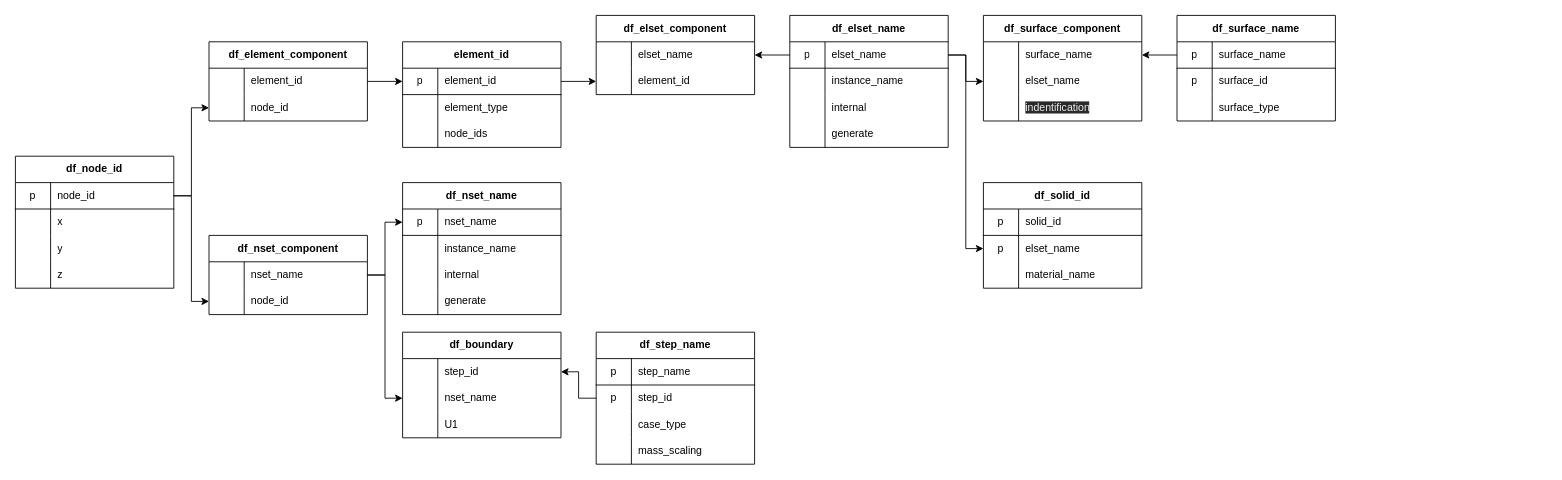
Earlier version of the draw.io diagram page "Abaqus" (1 of 2) of abq2dyna.drawio (Ryoooful/abq2dyna). Source tidied: cells renumbered, new cells numbered last; positions are measured from the earlier drawing's top-left corner, leaving out a move shared by most shapes. Both pictures are drawn from the tidied source at 88%, with x=0, y=0 at pixel (15, 15).
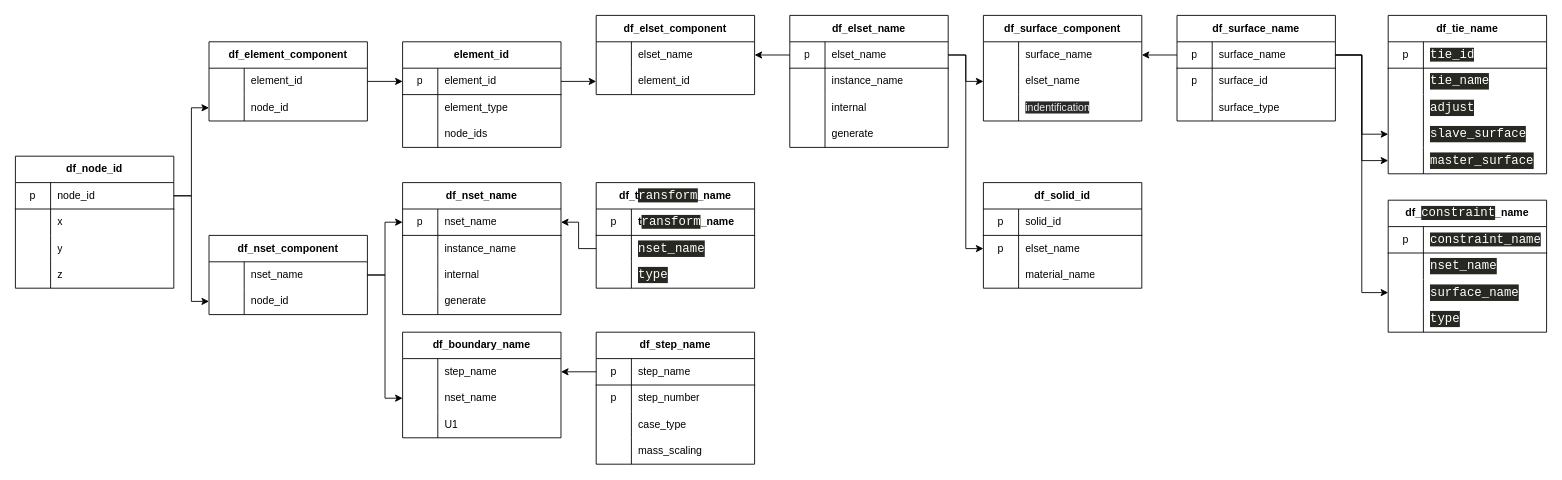
After the change.

The change refers to these unchanged cells:
```xml
<mxCell id="50" style="shape=partialRectangle;html=1;whiteSpace=wrap;fillColor=none;top=0;left=0;bottom=1;right=0;points=[[0,0.5],[1,0.5]];portConstraint=eastwest;" parent="49" vertex="1">
  <mxGeometry y="30" width="180" height="30" as="geometry" />
</mxCell>
<mxCell id="63" style="shape=partialRectangle;html=1;whiteSpace=wrap;fillColor=none;top=0;left=0;bottom=0;right=0;points=[[0,0.5],[1,0.5]];portConstraint=eastwest;" parent="62" vertex="1">
  <mxGeometry y="30" width="180" height="30" as="geometry" />
</mxCell>
<mxCell id="113" style="shape=partialRectangle;html=1;whiteSpace=wrap;fillColor=none;top=0;left=0;bottom=1;right=0;points=[[0,0.5],[1,0.5]];portConstraint=eastwest;" parent="112" vertex="1">
  <mxGeometry y="30" width="180" height="30" as="geometry" />
</mxCell>
<mxCell id="124" style="shape=partialRectangle;html=1;whiteSpace=wrap;fillColor=none;top=0;left=0;bottom=1;right=0;points=[[0,0.5],[1,0.5]];portConstraint=eastwest;" parent="123" vertex="1">
  <mxGeometry y="30" width="180" height="30" as="geometry" />
</mxCell>
<mxCell id="127" style="shape=partialRectangle;html=1;whiteSpace=wrap;fillColor=none;top=0;left=0;bottom=0;right=0;points=[[0,0.5],[1,0.5]];portConstraint=eastwest;" parent="123" vertex="1">
  <mxGeometry y="60" width="180" height="30" as="geometry" />
</mxCell>
```

Diff of the diagram source:
```diff
@@
-    <mxCell id="62" value="df_boundary" style="shape=table;html=1;whiteSpace=wrap;startSize=30;childLayout=tableLayout;rowLines=0;fontStyle=1;align=center;" parent="1" vertex="1">
+    <mxCell id="62" value="df_boundary_name" style="shape=table;html=1;whiteSpace=wrap;startSize=30;childLayout=tableLayout;rowLines=0;fontStyle=1;align=center;" parent="1" vertex="1">
       <mxGeometry x="440" y="360" width="180" height="120" as="geometry" />
     </mxCell>
@@
-    <mxCell id="65" value="step_id" style="shape=partialRectangle;html=1;whiteSpace=wrap;fillColor=none;top=0;left=0;bottom=0;right=0;align=left;spacingLeft=6;overflow=hidden;" parent="63" vertex="1">
+    <mxCell id="65" value="step_name" style="shape=partialRectangle;html=1;whiteSpace=wrap;fillColor=none;top=0;left=0;bottom=0;right=0;align=left;spacingLeft=6;overflow=hidden;" parent="63" vertex="1">
       <mxGeometry x="40" width="140" height="30" as="geometry" />
     </mxCell>
@@
-    <mxCell id="122" style="edgeStyle=orthogonalEdgeStyle;rounded=0;jettySize=auto;html=1;exitX=0;exitY=0.5;exitDx=0;exitDy=0;entryX=1;entryY=0.5;entryDx=0;entryDy=0;" parent="1" edge="1" source="127" target="63">
-      <mxGeometry relative="1" as="geometry" />
-    </mxCell>
@@
-    <mxCell id="129" value="step_id" style="shape=partialRectangle;html=1;whiteSpace=wrap;fillColor=none;top=0;left=0;bottom=0;right=0;align=left;spacingLeft=6;overflow=hidden;" parent="127" vertex="1">
+    <mxCell id="129" value="step_number" style="shape=partialRectangle;html=1;whiteSpace=wrap;fillColor=none;top=0;left=0;bottom=0;right=0;align=left;spacingLeft=6;overflow=hidden;" parent="127" vertex="1">
       <mxGeometry x="40" width="140" height="30" as="geometry" />
     </mxCell>
@@
+    <mxCell id="122" style="edgeStyle=orthogonalEdgeStyle;rounded=0;jettySize=auto;html=1;exitX=0;exitY=0.5;exitDx=0;exitDy=0;" parent="1" edge="1" source="124" target="63">
+      <mxGeometry relative="1" as="geometry" />
+    </mxCell>
+    <mxCell id="136" value="df_tie_name" style="shape=table;html=1;whiteSpace=wrap;startSize=30;childLayout=tableLayout;rowLines=0;fontStyle=1;align=center;" parent="1" vertex="1">
+      <mxGeometry x="1560" width="180" height="180" as="geometry" />
+    </mxCell>
+    <mxCell id="137" style="shape=partialRectangle;html=1;whiteSpace=wrap;fillColor=none;top=0;left=0;bottom=1;right=0;" parent="136" vertex="1">
+      <mxGeometry y="30" width="180" height="30" as="geometry" />
+    </mxCell>
+    <mxCell id="138" value="p" style="shape=partialRectangle;html=1;whiteSpace=wrap;fillColor=none;top=0;left=0;bottom=0;right=0;overflow=hidden;" parent="137" vertex="1">
+      <mxGeometry width="40" height="30" as="geometry" />
+    </mxCell>
+    <mxCell id="139" value="&lt;span style=&quot;font-family: &amp;#34;consolas&amp;#34; , &amp;#34;courier new&amp;#34; , monospace ; font-size: 14px ; background-color: rgb(39 , 40 , 34)&quot;&gt;&lt;font color=&quot;#ffffff&quot;&gt;tie_id&lt;/font&gt;&lt;/span&gt;" style="shape=partialRectangle;html=1;whiteSpace=wrap;fillColor=none;top=0;left=0;bottom=0;right=0;align=left;spacingLeft=6;overflow=hidden;" parent="137" vertex="1">
+      <mxGeometry x="40" width="140" height="30" as="geometry" />
+    </mxCell>
+    <mxCell id="140" style="shape=partialRectangle;html=1;whiteSpace=wrap;fillColor=none;top=0;left=0;bottom=0;right=0;" parent="136" vertex="1">
+      <mxGeometry y="60" width="180" height="30" as="geometry" />
+    </mxCell>
+    <mxCell id="141" style="shape=partialRectangle;html=1;whiteSpace=wrap;fillColor=none;top=0;left=0;bottom=0;right=0;overflow=hidden;" parent="140" vertex="1">
+      <mxGeometry width="40" height="30" as="geometry" />
+    </mxCell>
+    <mxCell id="142" value="&lt;div style=&quot;background-color: rgb(39 , 40 , 34) ; font-family: &amp;#34;consolas&amp;#34; , &amp;#34;courier new&amp;#34; , monospace ; font-size: 14px ; line-height: 19px&quot;&gt;&lt;font color=&quot;#ffffff&quot;&gt;tie_name&lt;/font&gt;&lt;/div&gt;" style="shape=partialRectangle;html=1;whiteSpace=wrap;fillColor=none;top=0;left=0;bottom=0;right=0;align=left;spacingLeft=6;overflow=hidden;" parent="140" vertex="1">
+      <mxGeometry x="40" width="140" height="30" as="geometry" />
+    </mxCell>
+    <mxCell id="143" style="shape=partialRectangle;html=1;whiteSpace=wrap;fillColor=none;top=0;left=0;bottom=0;right=0;" parent="136" vertex="1">
+      <mxGeometry y="90" width="180" height="30" as="geometry" />
+    </mxCell>
+    <mxCell id="144" style="shape=partialRectangle;html=1;whiteSpace=wrap;fillColor=none;top=0;left=0;bottom=0;right=0;overflow=hidden;" parent="143" vertex="1">
+      <mxGeometry width="40" height="30" as="geometry" />
+    </mxCell>
+    <mxCell id="145" value="&lt;div style=&quot;background-color: rgb(39 , 40 , 34) ; font-family: &amp;#34;consolas&amp;#34; , &amp;#34;courier new&amp;#34; , monospace ; font-size: 14px ; line-height: 19px&quot;&gt;&lt;font color=&quot;#ffffff&quot;&gt;adjust&lt;/font&gt;&lt;/div&gt;" style="shape=partialRectangle;html=1;whiteSpace=wrap;fillColor=none;top=0;left=0;bottom=0;right=0;align=left;spacingLeft=6;overflow=hidden;" parent="143" vertex="1">
+      <mxGeometry x="40" width="140" height="30" as="geometry" />
+    </mxCell>
+    <mxCell id="146" style="shape=partialRectangle;html=1;whiteSpace=wrap;fillColor=none;top=0;left=0;bottom=0;right=0;points=[[0,0.5],[1,0.5]];portConstraint=eastwest;" parent="136" vertex="1">
+      <mxGeometry y="120" width="180" height="30" as="geometry" />
+    </mxCell>
+    <mxCell id="147" style="shape=partialRectangle;html=1;whiteSpace=wrap;fillColor=none;top=0;left=0;bottom=0;right=0;overflow=hidden;" parent="146" vertex="1">
+      <mxGeometry width="40" height="30" as="geometry" />
+    </mxCell>
+    <mxCell id="148" value="&lt;div style=&quot;background-color: rgb(39 , 40 , 34) ; font-family: &amp;#34;consolas&amp;#34; , &amp;#34;courier new&amp;#34; , monospace ; font-size: 14px ; line-height: 19px&quot;&gt;&lt;font color=&quot;#ffffff&quot;&gt;slave_surface&lt;/font&gt;&lt;/div&gt;" style="shape=partialRectangle;html=1;whiteSpace=wrap;fillColor=none;top=0;left=0;bottom=0;right=0;align=left;spacingLeft=6;overflow=hidden;" parent="146" vertex="1">
+      <mxGeometry x="40" width="140" height="30" as="geometry" />
+    </mxCell>
+    <mxCell id="149" style="shape=partialRectangle;html=1;whiteSpace=wrap;fillColor=none;top=0;left=0;bottom=0;right=0;points=[[0,0.5],[1,0.5]];portConstraint=eastwest;" parent="136" vertex="1">
+      <mxGeometry y="150" width="180" height="30" as="geometry" />
+    </mxCell>
+    <mxCell id="150" style="shape=partialRectangle;html=1;whiteSpace=wrap;fillColor=none;top=0;left=0;bottom=0;right=0;overflow=hidden;" parent="149" vertex="1">
+      <mxGeometry width="40" height="30" as="geometry" />
+    </mxCell>
+    <mxCell id="151" value="&lt;div style=&quot;background-color: rgb(39 , 40 , 34) ; font-family: &amp;#34;consolas&amp;#34; , &amp;#34;courier new&amp;#34; , monospace ; font-size: 14px ; line-height: 19px&quot;&gt;&lt;font color=&quot;#ffffff&quot;&gt;master_surface&lt;/font&gt;&lt;/div&gt;" style="shape=partialRectangle;html=1;whiteSpace=wrap;fillColor=none;top=0;left=0;bottom=0;right=0;align=left;spacingLeft=6;overflow=hidden;" parent="149" vertex="1">
+      <mxGeometry x="40" width="140" height="30" as="geometry" />
+    </mxCell>
+    <mxCell id="152" style="edgeStyle=orthogonalEdgeStyle;rounded=0;jettySize=auto;html=1;exitX=1;exitY=0.5;exitDx=0;exitDy=0;entryX=0;entryY=0.5;entryDx=0;entryDy=0;" parent="1" edge="1" source="113" target="146">
+      <mxGeometry relative="1" as="geometry" />
+    </mxCell>
+    <mxCell id="153" style="edgeStyle=orthogonalEdgeStyle;rounded=0;jettySize=auto;html=1;exitX=1;exitY=0.5;exitDx=0;exitDy=0;entryX=0;entryY=0.5;entryDx=0;entryDy=0;" parent="1" edge="1" source="113" target="149">
+      <mxGeometry relative="1" as="geometry" />
+    </mxCell>
+    <mxCell id="154" value="df_&lt;span style=&quot;background-color: rgb(39 , 40 , 34) ; font-family: &amp;#34;consolas&amp;#34; , &amp;#34;courier new&amp;#34; , monospace ; font-size: 14px ; font-weight: normal&quot;&gt;&lt;font color=&quot;#ffffff&quot;&gt;constraint&lt;/font&gt;&lt;/span&gt;&lt;span&gt;_name&lt;/span&gt;" style="shape=table;html=1;whiteSpace=wrap;startSize=30;childLayout=tableLayout;rowLines=0;fontStyle=1;align=center;" parent="1" vertex="1">
+      <mxGeometry x="1560" y="210" width="180" height="150" as="geometry" />
+    </mxCell>
+    <mxCell id="155" style="shape=partialRectangle;html=1;whiteSpace=wrap;fillColor=none;top=0;left=0;bottom=1;right=0;" parent="154" vertex="1">
+      <mxGeometry y="30" width="180" height="30" as="geometry" />
+    </mxCell>
+    <mxCell id="156" value="p" style="shape=partialRectangle;html=1;whiteSpace=wrap;fillColor=none;top=0;left=0;bottom=0;right=0;overflow=hidden;" parent="155" vertex="1">
+      <mxGeometry width="40" height="30" as="geometry" />
+    </mxCell>
+    <mxCell id="157" value="&lt;span style=&quot;font-family: &amp;#34;consolas&amp;#34; , &amp;#34;courier new&amp;#34; , monospace ; font-size: 14px ; background-color: rgb(39 , 40 , 34)&quot;&gt;&lt;font color=&quot;#ffffff&quot;&gt;constraint_name&lt;/font&gt;&lt;/span&gt;" style="shape=partialRectangle;html=1;whiteSpace=wrap;fillColor=none;top=0;left=0;bottom=0;right=0;align=left;spacingLeft=6;overflow=hidden;" parent="155" vertex="1">
+      <mxGeometry x="40" width="140" height="30" as="geometry" />
+    </mxCell>
+    <mxCell id="158" style="shape=partialRectangle;html=1;whiteSpace=wrap;fillColor=none;top=0;left=0;bottom=0;right=0;" parent="154" vertex="1">
+      <mxGeometry y="60" width="180" height="30" as="geometry" />
+    </mxCell>
+    <mxCell id="159" style="shape=partialRectangle;html=1;whiteSpace=wrap;fillColor=none;top=0;left=0;bottom=0;right=0;overflow=hidden;" parent="158" vertex="1">
+      <mxGeometry width="40" height="30" as="geometry" />
+    </mxCell>
+    <mxCell id="160" value="&lt;div style=&quot;background-color: rgb(39 , 40 , 34) ; font-family: &amp;#34;consolas&amp;#34; , &amp;#34;courier new&amp;#34; , monospace ; font-size: 14px ; line-height: 19px&quot;&gt;&lt;div style=&quot;font-family: &amp;#34;consolas&amp;#34; , &amp;#34;courier new&amp;#34; , monospace ; line-height: 19px&quot;&gt;&lt;font color=&quot;#ffffff&quot;&gt;nset_name&lt;/font&gt;&lt;/div&gt;&lt;/div&gt;" style="shape=partialRectangle;html=1;whiteSpace=wrap;fillColor=none;top=0;left=0;bottom=0;right=0;align=left;spacingLeft=6;overflow=hidden;" parent="158" vertex="1">
+      <mxGeometry x="40" width="140" height="30" as="geometry" />
+    </mxCell>
+    <mxCell id="161" style="shape=partialRectangle;html=1;whiteSpace=wrap;fillColor=none;top=0;left=0;bottom=0;right=0;points=[[0,0.5],[1,0.5]];portConstraint=eastwest;" parent="154" vertex="1">
+      <mxGeometry y="90" width="180" height="30" as="geometry" />
+    </mxCell>
+    <mxCell id="162" style="shape=partialRectangle;html=1;whiteSpace=wrap;fillColor=none;top=0;left=0;bottom=0;right=0;overflow=hidden;" parent="161" vertex="1">
+      <mxGeometry width="40" height="30" as="geometry" />
+    </mxCell>
+    <mxCell id="163" value="&lt;div style=&quot;background-color: rgb(39 , 40 , 34) ; font-family: &amp;#34;consolas&amp;#34; , &amp;#34;courier new&amp;#34; , monospace ; font-size: 14px ; line-height: 19px&quot;&gt;&lt;div style=&quot;font-family: &amp;#34;consolas&amp;#34; , &amp;#34;courier new&amp;#34; , monospace ; line-height: 19px&quot;&gt;&lt;font color=&quot;#ffffff&quot;&gt;surface_name&lt;/font&gt;&lt;/div&gt;&lt;/div&gt;" style="shape=partialRectangle;html=1;whiteSpace=wrap;fillColor=none;top=0;left=0;bottom=0;right=0;align=left;spacingLeft=6;overflow=hidden;" parent="161" vertex="1">
+      <mxGeometry x="40" width="140" height="30" as="geometry" />
+    </mxCell>
+    <mxCell id="164" style="shape=partialRectangle;html=1;whiteSpace=wrap;fillColor=none;top=0;left=0;bottom=0;right=0;" parent="154" vertex="1">
+      <mxGeometry y="120" width="180" height="30" as="geometry" />
+    </mxCell>
+    <mxCell id="165" style="shape=partialRectangle;html=1;whiteSpace=wrap;fillColor=none;top=0;left=0;bottom=0;right=0;overflow=hidden;" parent="164" vertex="1">
+      <mxGeometry width="40" height="30" as="geometry" />
+    </mxCell>
+    <mxCell id="166" value="&lt;div style=&quot;background-color: rgb(39 , 40 , 34) ; font-family: &amp;#34;consolas&amp;#34; , &amp;#34;courier new&amp;#34; , monospace ; font-size: 14px ; line-height: 19px&quot;&gt;&lt;font color=&quot;#ffffff&quot;&gt;type&lt;/font&gt;&lt;/div&gt;" style="shape=partialRectangle;html=1;whiteSpace=wrap;fillColor=none;top=0;left=0;bottom=0;right=0;align=left;spacingLeft=6;overflow=hidden;" parent="164" vertex="1">
+      <mxGeometry x="40" width="140" height="30" as="geometry" />
+    </mxCell>
+    <mxCell id="167" style="edgeStyle=orthogonalEdgeStyle;rounded=0;jettySize=auto;html=1;exitX=1;exitY=0.5;exitDx=0;exitDy=0;" parent="1" edge="1" source="113" target="161">
+      <mxGeometry relative="1" as="geometry" />
+    </mxCell>
+    <mxCell id="168" value="df_t&lt;span style=&quot;background-color: rgb(39 , 40 , 34) ; font-family: &amp;#34;consolas&amp;#34; , &amp;#34;courier new&amp;#34; , monospace ; font-size: 14px ; font-weight: normal&quot;&gt;&lt;font color=&quot;#ffffff&quot;&gt;ransform&lt;/font&gt;&lt;/span&gt;&lt;span&gt;_name&lt;/span&gt;" style="shape=table;html=1;whiteSpace=wrap;startSize=30;childLayout=tableLayout;rowLines=0;fontStyle=1;align=center;" parent="1" vertex="1">
+      <mxGeometry x="660" y="190" width="180" height="120" as="geometry" />
+    </mxCell>
+    <mxCell id="169" style="shape=partialRectangle;html=1;whiteSpace=wrap;fillColor=none;top=0;left=0;bottom=1;right=0;" parent="168" vertex="1">
+      <mxGeometry y="30" width="180" height="30" as="geometry" />
+    </mxCell>
+    <mxCell id="170" value="p" style="shape=partialRectangle;html=1;whiteSpace=wrap;fillColor=none;top=0;left=0;bottom=0;right=0;overflow=hidden;" parent="169" vertex="1">
+      <mxGeometry width="40" height="30" as="geometry" />
+    </mxCell>
+    <mxCell id="171" value="&lt;span style=&quot;font-weight: 700 ; text-align: center&quot;&gt;t&lt;/span&gt;&lt;span style=&quot;text-align: center ; background-color: rgb(39 , 40 , 34) ; font-family: &amp;#34;consolas&amp;#34; , &amp;#34;courier new&amp;#34; , monospace ; font-size: 14px&quot;&gt;&lt;font color=&quot;#ffffff&quot;&gt;ransform&lt;/font&gt;&lt;/span&gt;&lt;span style=&quot;font-weight: 700 ; text-align: center&quot;&gt;_name&lt;/span&gt;" style="shape=partialRectangle;html=1;whiteSpace=wrap;fillColor=none;top=0;left=0;bottom=0;right=0;align=left;spacingLeft=6;overflow=hidden;" parent="169" vertex="1">
+      <mxGeometry x="40" width="140" height="30" as="geometry" />
+    </mxCell>
+    <mxCell id="172" style="shape=partialRectangle;html=1;whiteSpace=wrap;fillColor=none;top=0;left=0;bottom=0;right=0;points=[[0,0.5],[1,0.5]];portConstraint=eastwest;" parent="168" vertex="1">
+      <mxGeometry y="60" width="180" height="30" as="geometry" />
+    </mxCell>
+    <mxCell id="173" style="shape=partialRectangle;html=1;whiteSpace=wrap;fillColor=none;top=0;left=0;bottom=0;right=0;overflow=hidden;" parent="172" vertex="1">
+      <mxGeometry width="40" height="30" as="geometry" />
+    </mxCell>
+    <mxCell id="174" value="&lt;div style=&quot;background-color: rgb(39 , 40 , 34) ; font-family: &amp;#34;consolas&amp;#34; , &amp;#34;courier new&amp;#34; , monospace ; font-size: 14px ; line-height: 19px&quot;&gt;&lt;div style=&quot;font-family: &amp;#34;consolas&amp;#34; , &amp;#34;courier new&amp;#34; , monospace ; line-height: 19px&quot;&gt;&lt;font color=&quot;#ffffff&quot;&gt;nset_name&lt;/font&gt;&lt;/div&gt;&lt;/div&gt;" style="shape=partialRectangle;html=1;whiteSpace=wrap;fillColor=none;top=0;left=0;bottom=0;right=0;align=left;spacingLeft=6;overflow=hidden;" parent="172" vertex="1">
+      <mxGeometry x="40" width="140" height="30" as="geometry" />
+    </mxCell>
+    <mxCell id="175" style="shape=partialRectangle;html=1;whiteSpace=wrap;fillColor=none;top=0;left=0;bottom=0;right=0;" parent="168" vertex="1">
+      <mxGeometry y="90" width="180" height="30" as="geometry" />
+    </mxCell>
+    <mxCell id="176" style="shape=partialRectangle;html=1;whiteSpace=wrap;fillColor=none;top=0;left=0;bottom=0;right=0;overflow=hidden;" parent="175" vertex="1">
+      <mxGeometry width="40" height="30" as="geometry" />
+    </mxCell>
+    <mxCell id="177" value="&lt;div style=&quot;background-color: rgb(39 , 40 , 34) ; font-family: &amp;#34;consolas&amp;#34; , &amp;#34;courier new&amp;#34; , monospace ; font-size: 14px ; line-height: 19px&quot;&gt;&lt;font color=&quot;#ffffff&quot;&gt;type&lt;/font&gt;&lt;/div&gt;" style="shape=partialRectangle;html=1;whiteSpace=wrap;fillColor=none;top=0;left=0;bottom=0;right=0;align=left;spacingLeft=6;overflow=hidden;" parent="175" vertex="1">
+      <mxGeometry x="40" width="140" height="30" as="geometry" />
+    </mxCell>
+    <mxCell id="178" style="edgeStyle=orthogonalEdgeStyle;rounded=0;jettySize=auto;html=1;exitX=0;exitY=0.5;exitDx=0;exitDy=0;entryX=1;entryY=0.5;entryDx=0;entryDy=0;" parent="1" edge="1" source="172" target="50">
+      <mxGeometry relative="1" as="geometry" />
+    </mxCell>
```
